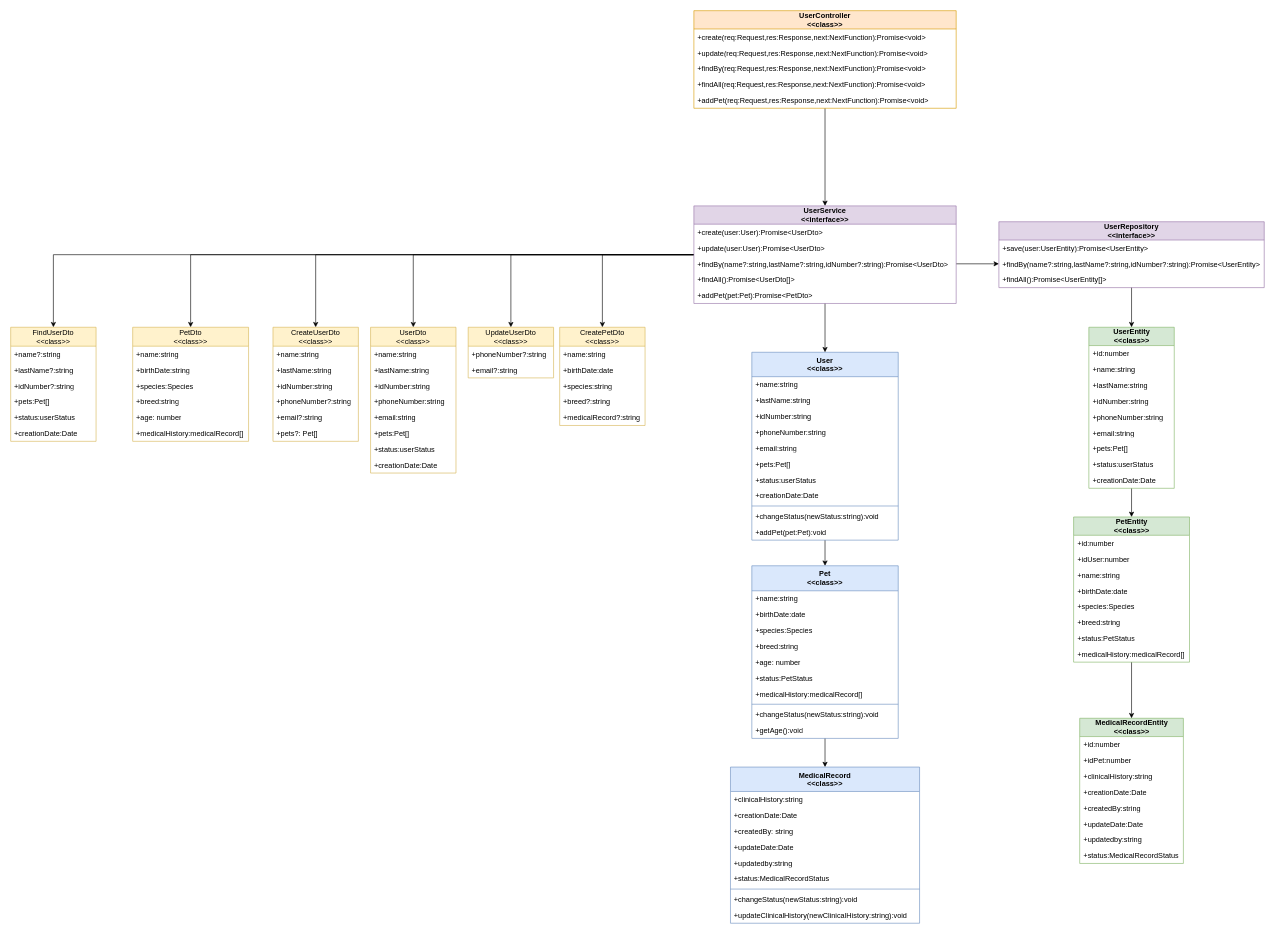
Before: page "Classes" (1 of 2) of docs/Veterinaria design.drawio in Matias-Viking/Veterinary, a draw.io diagram. Source tidied: cells renumbered, new cells numbered last; positions are measured from the earlier drawing's top-left corner, leaving out a move shared by most shapes. Both pictures are drawn from the tidied source at 61%, with x=0, y=0 at pixel (10, 10).
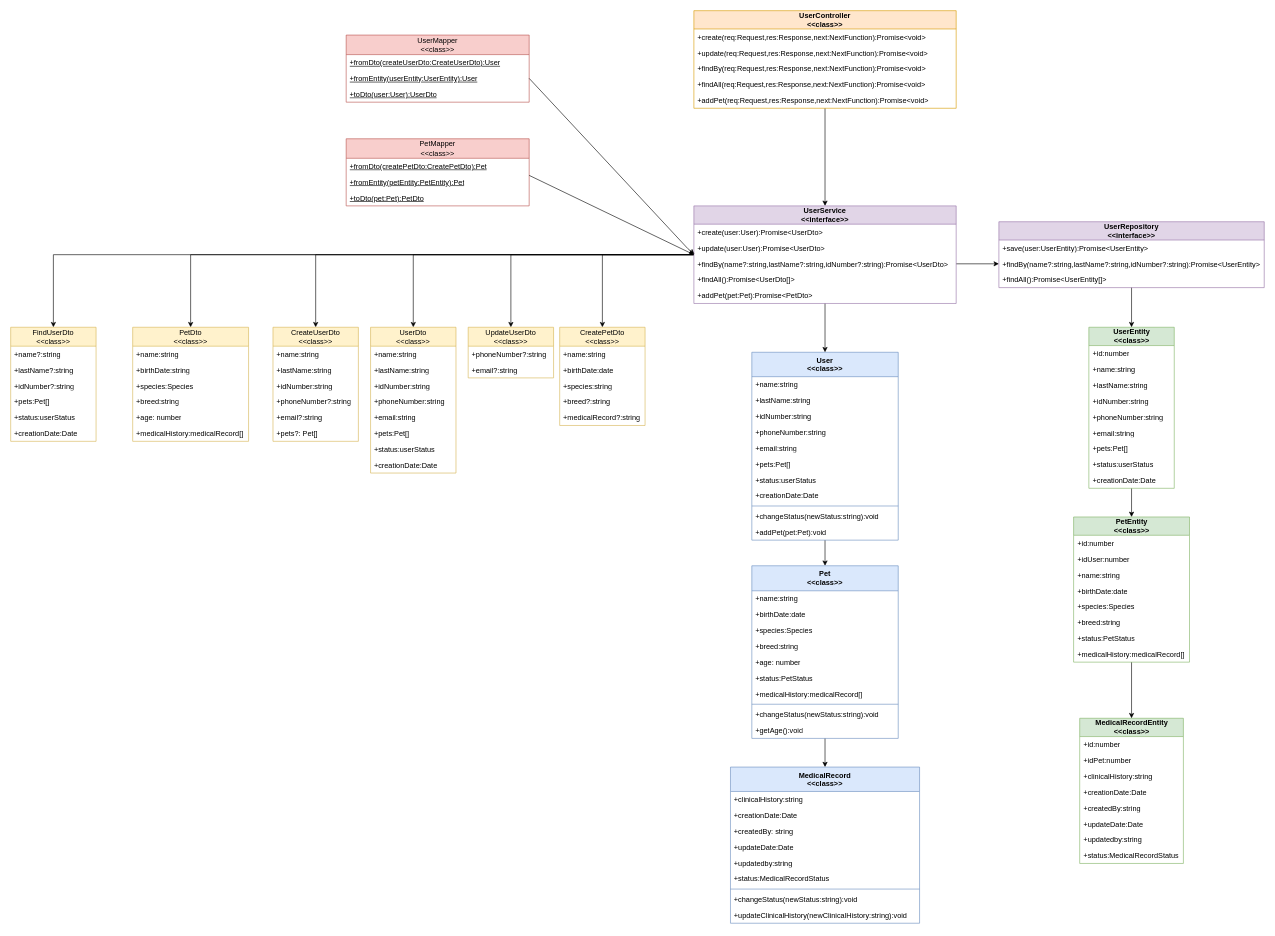
After the change.

Commit message (it also covers changes not shown here):
diseño actualizado

The change refers to these unchanged cells:
```xml
<mxCell id="82" value="+update(user:User):Promise&amp;lt;UserDto&amp;gt;" style="text;strokeColor=none;fillColor=none;align=left;verticalAlign=top;spacingLeft=4;spacingRight=4;overflow=hidden;points=[[0,0.5],[1,0.5]];portConstraint=eastwest;whiteSpace=wrap;html=1;" parent="80" vertex="1">
  <mxGeometry y="56" width="430" height="26" as="geometry" />
</mxCell>
```

The edit, as a diff of the source:
```diff
@@
+    <mxCell id="132" value="UserMapper&lt;div&gt;&amp;lt;&amp;lt;class&amp;gt;&amp;gt;&lt;/div&gt;" style="swimlane;fontStyle=0;horizontal=1;startSize=32;fillColor=#f8cecc;whiteSpace=wrap;html=1;strokeColor=#b85450;" parent="1" vertex="1">
+      <mxGeometry x="550" y="40" width="300" height="110" as="geometry" />
+    </mxCell>
+    <mxCell id="133" value="&lt;u&gt;+fromDto(createUserDto:CreateUserDto):User&lt;/u&gt;" style="text;strokeColor=none;fillColor=none;align=left;verticalAlign=top;spacingLeft=4;spacingRight=4;overflow=hidden;whiteSpace=wrap;html=1;" parent="132" vertex="1">
+      <mxGeometry y="32" width="300" height="26" as="geometry" />
+    </mxCell>
+    <mxCell id="134" value="&lt;u&gt;+fromEntity(userEntity:UserEntity):User&lt;/u&gt;" style="text;strokeColor=none;fillColor=none;align=left;verticalAlign=top;spacingLeft=4;spacingRight=4;overflow=hidden;points=[[0,0.5],[1,0.5]];portConstraint=eastwest;whiteSpace=wrap;html=1;" parent="132" vertex="1">
+      <mxGeometry y="58" width="300" height="26" as="geometry" />
+    </mxCell>
+    <mxCell id="135" value="&lt;u&gt;+toDto(user:User):UserDto&lt;/u&gt;" style="text;strokeColor=none;fillColor=none;align=left;verticalAlign=top;spacingLeft=4;spacingRight=4;overflow=hidden;whiteSpace=wrap;html=1;" parent="132" vertex="1">
+      <mxGeometry y="84" width="300" height="26" as="geometry" />
+    </mxCell>
+    <mxCell id="136" style="endArrow=classic;html=1;rounded=0;entryX=0.002;entryY=0.897;entryDx=0;entryDy=0;entryPerimeter=0;exitX=1;exitY=0.5;exitDx=0;exitDy=0;" parent="1" edge="1" source="134" target="82">
+      <mxGeometry relative="1" as="geometry">
+        <Array as="points">
+          <mxPoint x="1110" y="390" />
+        </Array>
+      </mxGeometry>
+    </mxCell>
+    <mxCell id="137" value="PetMapper&lt;div&gt;&amp;lt;&amp;lt;class&amp;gt;&amp;gt;&lt;/div&gt;" style="swimlane;fontStyle=0;horizontal=1;startSize=32;fillColor=#f8cecc;whiteSpace=wrap;html=1;strokeColor=#b85450;" parent="1" vertex="1">
+      <mxGeometry x="550" y="210" width="300" height="110" as="geometry" />
+    </mxCell>
+    <mxCell id="138" value="&lt;u&gt;+fromDto(createPetDto:CreatePetDto):Pet&lt;/u&gt;" style="text;strokeColor=none;fillColor=none;align=left;verticalAlign=top;spacingLeft=4;spacingRight=4;overflow=hidden;whiteSpace=wrap;html=1;" parent="137" vertex="1">
+      <mxGeometry y="32" width="300" height="26" as="geometry" />
+    </mxCell>
+    <mxCell id="139" value="&lt;u&gt;+fromEntity(petEntity:PetEntity):Pet&lt;/u&gt;" style="text;strokeColor=none;fillColor=none;align=left;verticalAlign=top;spacingLeft=4;spacingRight=4;overflow=hidden;whiteSpace=wrap;html=1;" parent="137" vertex="1">
+      <mxGeometry y="58" width="300" height="26" as="geometry" />
+    </mxCell>
+    <mxCell id="140" value="&lt;u&gt;+toDto(pet:Pet):PetDto&lt;/u&gt;" style="text;strokeColor=none;fillColor=none;align=left;verticalAlign=top;spacingLeft=4;spacingRight=4;overflow=hidden;whiteSpace=wrap;html=1;" parent="137" vertex="1">
+      <mxGeometry y="84" width="300" height="26" as="geometry" />
+    </mxCell>
+    <mxCell id="141" style="endArrow=classic;html=1;rounded=0;" parent="1" edge="1">
+      <mxGeometry relative="1" as="geometry">
+        <mxPoint x="850" y="270" as="sourcePoint" />
+        <mxPoint x="1120" y="400" as="targetPoint" />
+      </mxGeometry>
+    </mxCell>
```
